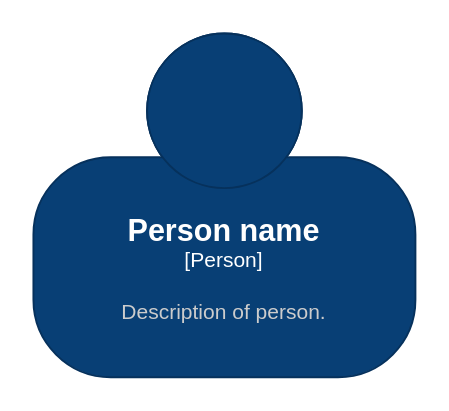
This is Contexto.drawio from gyma-project/gyma-docs, a draw.io file, before an edit. Source tidied: cells renumbered, new cells numbered last; positions are measured from the earlier drawing's top-left corner, leaving out a move shared by most shapes. Both pictures are drawn from the tidied source at 191%, with x=0, y=0 at pixel (32, 32).
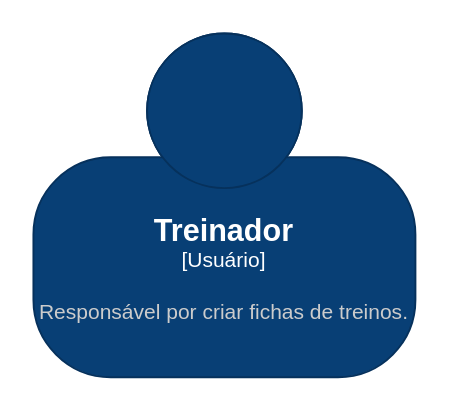
The same diagram, later.

Commit message:
dando continuidade para as documentações

Change to the diagram source:
```diff
@@
 <mxGraphModel>
   <root>
     <mxCell id="0" />
     <mxCell id="1" parent="0" />
-    <object id="2" label="&lt;font style=&quot;font-size: 16px&quot;&gt;&lt;b&gt;%c4Name%&lt;/b&gt;&lt;/font&gt;&lt;div&gt;[%c4Type%]&lt;/div&gt;&lt;br&gt;&lt;div&gt;&lt;font style=&quot;font-size: 11px&quot;&gt;&lt;font color=&quot;#cccccc&quot;&gt;%c4Description%&lt;/font&gt;&lt;/div&gt;" c4Description="Description of person." c4Name="Person name" c4Type="Person" placeholders="1">
+    <object id="2" label="&lt;font style=&quot;font-size: 16px&quot;&gt;&lt;b&gt;%c4Name%&lt;/b&gt;&lt;/font&gt;&lt;div&gt;[%c4Type%]&lt;/div&gt;&lt;br&gt;&lt;div&gt;&lt;font style=&quot;font-size: 11px&quot;&gt;&lt;font color=&quot;#cccccc&quot;&gt;%c4Description%&lt;/font&gt;&lt;/div&gt;" c4Description="Responsável por criar fichas de treinos." c4Name="Treinador" c4Type="Usuário" placeholders="1">
       <mxCell style="html=1;fontSize=11;dashed=0;whiteSpace=wrap;fillColor=#083F75;strokeColor=#06315C;fontColor=#ffffff;shape=mxgraph.c4.person2;align=center;" parent="1" vertex="1">
         <mxGeometry width="200" height="180" as="geometry" />
       </mxCell>
     </object>
   </root>
 </mxGraphModel>
```
